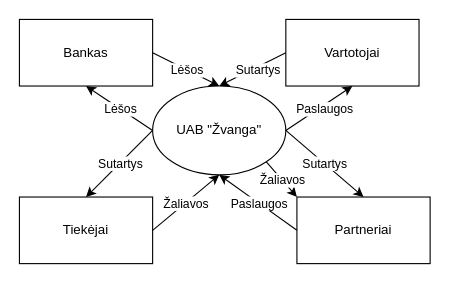
Before: page "1" (1 of 4) of Untitled Diagram.drawio in Toska010/Informacijos_Sistemos, a draw.io diagram. Source tidied: cells renumbered, new cells numbered last; positions are measured from the earlier drawing's top-left corner, leaving out a move shared by most shapes. Both pictures are drawn from the tidied source at 111%, with x=0, y=0 at pixel (19, 19).
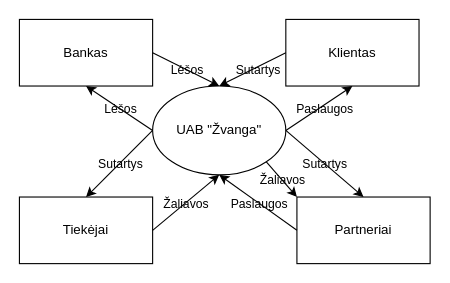
Above is the later version.

The edit, as a diff of the source:
```diff
@@
-    <mxCell id="2" value="UAB &quot;Žvanga&quot;" style="ellipse;whiteSpace=wrap;html=1;shapeInside=1;" parent="1" vertex="1">
+    <mxCell id="2" value="UAB &quot;Žvanga&quot;" style="ellipse;whiteSpace=wrap;html=1;shapeInside=1;labelBackgroundColor=none;" parent="1" vertex="1">
       <mxGeometry x="120" y="60" width="120" height="80" as="geometry" />
     </mxCell>
-    <mxCell id="3" value="Tiekėjai" style="rounded=0;whiteSpace=wrap;html=1;" parent="1" vertex="1">
+    <mxCell id="3" value="Tiekėjai" style="rounded=0;whiteSpace=wrap;html=1;labelBackgroundColor=none;" parent="1" vertex="1">
       <mxGeometry y="160" width="120" height="60" as="geometry" />
     </mxCell>
-    <mxCell id="4" value="Partneriai" style="rounded=0;whiteSpace=wrap;html=1;" parent="1" vertex="1">
+    <mxCell id="4" value="Partneriai" style="rounded=0;whiteSpace=wrap;html=1;labelBackgroundColor=none;" parent="1" vertex="1">
       <mxGeometry x="250" y="160" width="120" height="60" as="geometry" />
     </mxCell>
-    <mxCell id="5" value="Vartotojai" style="rounded=0;whiteSpace=wrap;html=1;" parent="1" vertex="1">
+    <mxCell id="5" value="Klientas" style="rounded=0;whiteSpace=wrap;html=1;labelBackgroundColor=none;" parent="1" vertex="1">
       <mxGeometry x="240" width="120" height="60" as="geometry" />
     </mxCell>
-    <mxCell id="6" value="Bankas" style="rounded=0;whiteSpace=wrap;html=1;" parent="1" vertex="1">
+    <mxCell id="6" value="Bankas" style="rounded=0;whiteSpace=wrap;html=1;labelBackgroundColor=none;" parent="1" vertex="1">
       <mxGeometry width="120" height="60" as="geometry" />
     </mxCell>
-    <mxCell id="7" style="endArrow=classic;html=1;rounded=0;entryX=0.5;entryY=1;entryDx=0;entryDy=0;exitX=0;exitY=0.5;exitDx=0;exitDy=0;" parent="1" edge="1" source="2" target="6">
+    <mxCell id="7" style="endArrow=classic;html=1;rounded=0;entryX=0.5;entryY=1;entryDx=0;entryDy=0;exitX=0;exitY=0.5;exitDx=0;exitDy=0;labelBackgroundColor=none;fontColor=default;" parent="1" edge="1" source="2" target="6">
       <mxGeometry relative="1" as="geometry" />
     </mxCell>
-    <mxCell id="8" value="Lėšos" style="edgeLabel;html=1;align=center;verticalAlign=middle;" parent="7" vertex="1">
+    <mxCell id="8" value="Lėšos" style="edgeLabel;html=1;align=center;verticalAlign=middle;labelBackgroundColor=none;" parent="7" vertex="1">
       <mxGeometry relative="1" as="geometry" />
     </mxCell>
-    <mxCell id="9" style="endArrow=classic;html=1;rounded=0;entryX=0.5;entryY=0;entryDx=0;entryDy=0;exitX=1;exitY=0.5;exitDx=0;exitDy=0;" parent="1" edge="1" source="6" target="2">
+    <mxCell id="9" style="endArrow=classic;html=1;rounded=0;entryX=0.5;entryY=0;entryDx=0;entryDy=0;exitX=1;exitY=0.5;exitDx=0;exitDy=0;labelBackgroundColor=none;fontColor=default;" parent="1" edge="1" source="6" target="2">
       <mxGeometry relative="1" as="geometry" />
     </mxCell>
-    <mxCell id="10" value="Lėšos" style="edgeLabel;html=1;align=center;verticalAlign=middle;" parent="9" vertex="1">
+    <mxCell id="10" value="Lėšos" style="edgeLabel;html=1;align=center;verticalAlign=middle;labelBackgroundColor=none;" parent="9" vertex="1">
       <mxGeometry relative="1" as="geometry" />
     </mxCell>
-    <mxCell id="11" style="endArrow=classic;html=1;rounded=0;exitX=1;exitY=0.5;exitDx=0;exitDy=0;entryX=0.5;entryY=1;entryDx=0;entryDy=0;" parent="1" edge="1" source="2" target="5">
+    <mxCell id="11" style="endArrow=classic;html=1;rounded=0;exitX=1;exitY=0.5;exitDx=0;exitDy=0;entryX=0.5;entryY=1;entryDx=0;entryDy=0;labelBackgroundColor=none;fontColor=default;" parent="1" edge="1" source="2" target="5">
       <mxGeometry relative="1" as="geometry" />
     </mxCell>
-    <mxCell id="12" value="Paslaugos" style="edgeLabel;html=1;align=center;verticalAlign=middle;" parent="11" vertex="1">
+    <mxCell id="12" value="Paslaugos" style="edgeLabel;html=1;align=center;verticalAlign=middle;labelBackgroundColor=none;" parent="11" vertex="1">
       <mxGeometry relative="1" as="geometry">
         <mxPoint x="5" as="offset" />
       </mxGeometry>
     </mxCell>
-    <mxCell id="13" style="endArrow=classic;html=1;rounded=0;exitX=0;exitY=0.5;exitDx=0;exitDy=0;entryX=0.5;entryY=0;entryDx=0;entryDy=0;" parent="1" edge="1" source="5" target="2">
+    <mxCell id="13" style="endArrow=classic;html=1;rounded=0;exitX=0;exitY=0.5;exitDx=0;exitDy=0;entryX=0.5;entryY=0;entryDx=0;entryDy=0;labelBackgroundColor=none;fontColor=default;" parent="1" edge="1" source="5" target="2">
       <mxGeometry relative="1" as="geometry" />
     </mxCell>
-    <mxCell id="14" value="Sutartys" style="edgeLabel;html=1;align=center;verticalAlign=middle;" parent="13" vertex="1">
+    <mxCell id="14" value="Sutartys" style="edgeLabel;html=1;align=center;verticalAlign=middle;labelBackgroundColor=none;" parent="13" vertex="1">
       <mxGeometry relative="1" as="geometry">
         <mxPoint x="5" as="offset" />
       </mxGeometry>
     </mxCell>
-    <mxCell id="15" style="endArrow=classic;html=1;rounded=0;exitX=0;exitY=0.5;exitDx=0;exitDy=0;entryX=0.5;entryY=0;entryDx=0;entryDy=0;" parent="1" edge="1" source="2" target="3">
+    <mxCell id="15" style="endArrow=classic;html=1;rounded=0;exitX=0;exitY=0.5;exitDx=0;exitDy=0;entryX=0.5;entryY=0;entryDx=0;entryDy=0;labelBackgroundColor=none;fontColor=default;" parent="1" edge="1" source="2" target="3">
       <mxGeometry relative="1" as="geometry" />
     </mxCell>
-    <mxCell id="16" value="Sutartys" style="edgeLabel;html=1;align=center;verticalAlign=middle;" parent="15" vertex="1">
+    <mxCell id="16" value="Sutartys" style="edgeLabel;html=1;align=center;verticalAlign=middle;labelBackgroundColor=none;" parent="15" vertex="1">
       <mxGeometry relative="1" as="geometry" />
     </mxCell>
-    <mxCell id="17" style="endArrow=classic;html=1;rounded=0;exitX=1;exitY=0.5;exitDx=0;exitDy=0;entryX=0.5;entryY=1;entryDx=0;entryDy=0;" parent="1" edge="1" source="3" target="2">
+    <mxCell id="17" style="endArrow=classic;html=1;rounded=0;exitX=1;exitY=0.5;exitDx=0;exitDy=0;entryX=0.5;entryY=1;entryDx=0;entryDy=0;labelBackgroundColor=none;fontColor=default;" parent="1" edge="1" source="3" target="2">
       <mxGeometry relative="1" as="geometry" />
     </mxCell>
-    <mxCell id="18" value="Žaliavos" style="edgeLabel;html=1;align=center;verticalAlign=middle;" parent="17" vertex="1">
+    <mxCell id="18" value="Žaliavos" style="edgeLabel;html=1;align=center;verticalAlign=middle;labelBackgroundColor=none;" parent="17" vertex="1">
       <mxGeometry relative="1" as="geometry" />
     </mxCell>
-    <mxCell id="19" style="endArrow=classic;html=1;rounded=0;exitX=0;exitY=0.5;exitDx=0;exitDy=0;entryX=0.5;entryY=1;entryDx=0;entryDy=0;" parent="1" edge="1" source="4" target="2">
+    <mxCell id="19" style="endArrow=classic;html=1;rounded=0;exitX=0;exitY=0.5;exitDx=0;exitDy=0;entryX=0.5;entryY=1;entryDx=0;entryDy=0;labelBackgroundColor=none;fontColor=default;" parent="1" edge="1" source="4" target="2">
       <mxGeometry relative="1" as="geometry" />
     </mxCell>
-    <mxCell id="20" value="Paslaugos" style="edgeLabel;html=1;align=center;verticalAlign=middle;" parent="19" vertex="1">
+    <mxCell id="20" value="Paslaugos" style="edgeLabel;html=1;align=center;verticalAlign=middle;labelBackgroundColor=none;" parent="19" vertex="1">
       <mxGeometry relative="1" as="geometry" />
     </mxCell>
-    <mxCell id="21" style="endArrow=classic;html=1;rounded=0;exitX=1;exitY=0.5;exitDx=0;exitDy=0;entryX=0.5;entryY=0;entryDx=0;entryDy=0;" parent="1" edge="1" source="2" target="4">
+    <mxCell id="21" style="endArrow=classic;html=1;rounded=0;exitX=1;exitY=0.5;exitDx=0;exitDy=0;entryX=0.5;entryY=0;entryDx=0;entryDy=0;labelBackgroundColor=none;fontColor=default;" parent="1" edge="1" source="2" target="4">
       <mxGeometry relative="1" as="geometry" />
     </mxCell>
-    <mxCell id="22" value="Sutartys" style="edgeLabel;html=1;align=center;verticalAlign=middle;" parent="21" vertex="1">
+    <mxCell id="22" value="Sutartys" style="edgeLabel;html=1;align=center;verticalAlign=middle;labelBackgroundColor=none;" parent="21" vertex="1">
       <mxGeometry relative="1" as="geometry" />
     </mxCell>
-    <mxCell id="23" style="endArrow=classic;html=1;rounded=0;exitX=1;exitY=1;exitDx=0;exitDy=0;entryX=0;entryY=0;entryDx=0;entryDy=0;" parent="1" edge="1" source="2" target="4">
+    <mxCell id="23" style="endArrow=classic;html=1;rounded=0;exitX=1;exitY=1;exitDx=0;exitDy=0;entryX=0;entryY=0;entryDx=0;entryDy=0;labelBackgroundColor=none;fontColor=default;" parent="1" edge="1" source="2" target="4">
       <mxGeometry relative="1" as="geometry" />
     </mxCell>
-    <mxCell id="24" value="Žaliavos" style="edgeLabel;html=1;align=center;verticalAlign=middle;" parent="23" vertex="1">
+    <mxCell id="24" value="Žaliavos" style="edgeLabel;html=1;align=center;verticalAlign=middle;labelBackgroundColor=none;" parent="23" vertex="1">
       <mxGeometry relative="1" as="geometry" />
     </mxCell>
```
